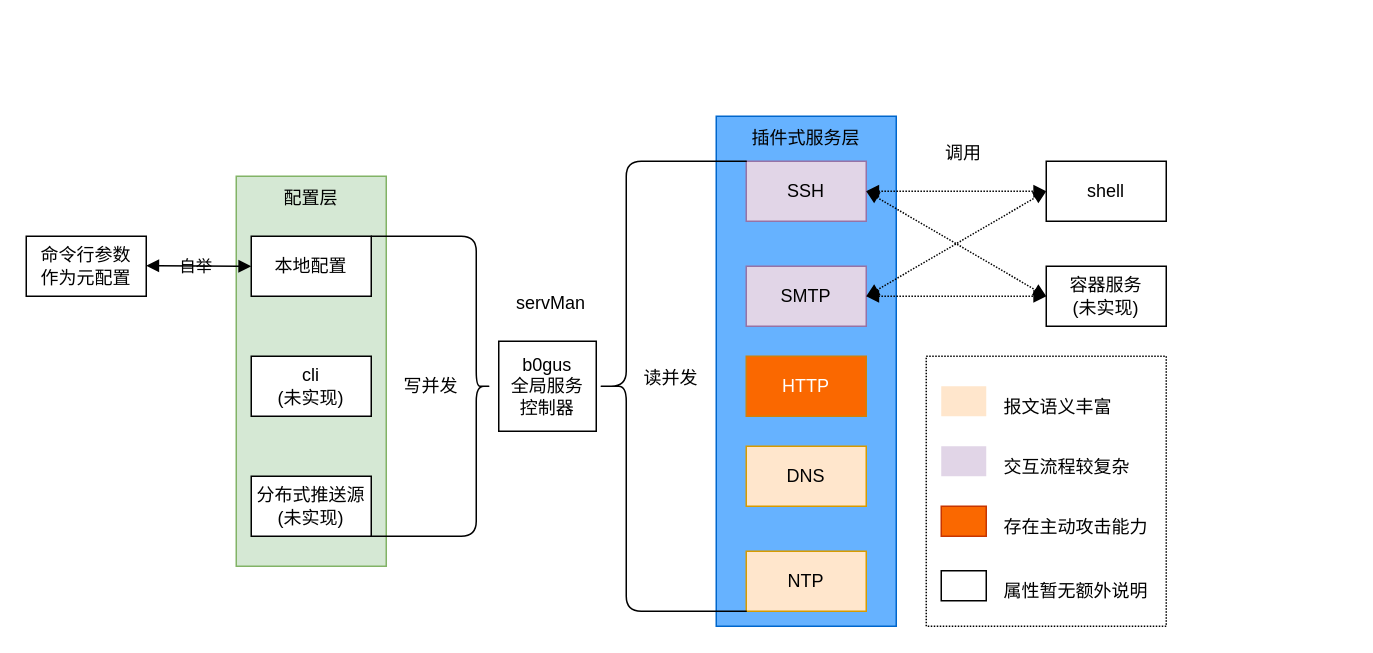
Above: assets/design/zh_cn/cn.drawio in TrisenYu/b0gus (draw.io), before the change. Source tidied: cells renumbered, new cells numbered last; positions are measured from the earlier drawing's top-left corner, leaving out a move shared by most shapes. Both pictures are drawn from the tidied source at 150%, with x=0, y=0 at pixel (26, 116).
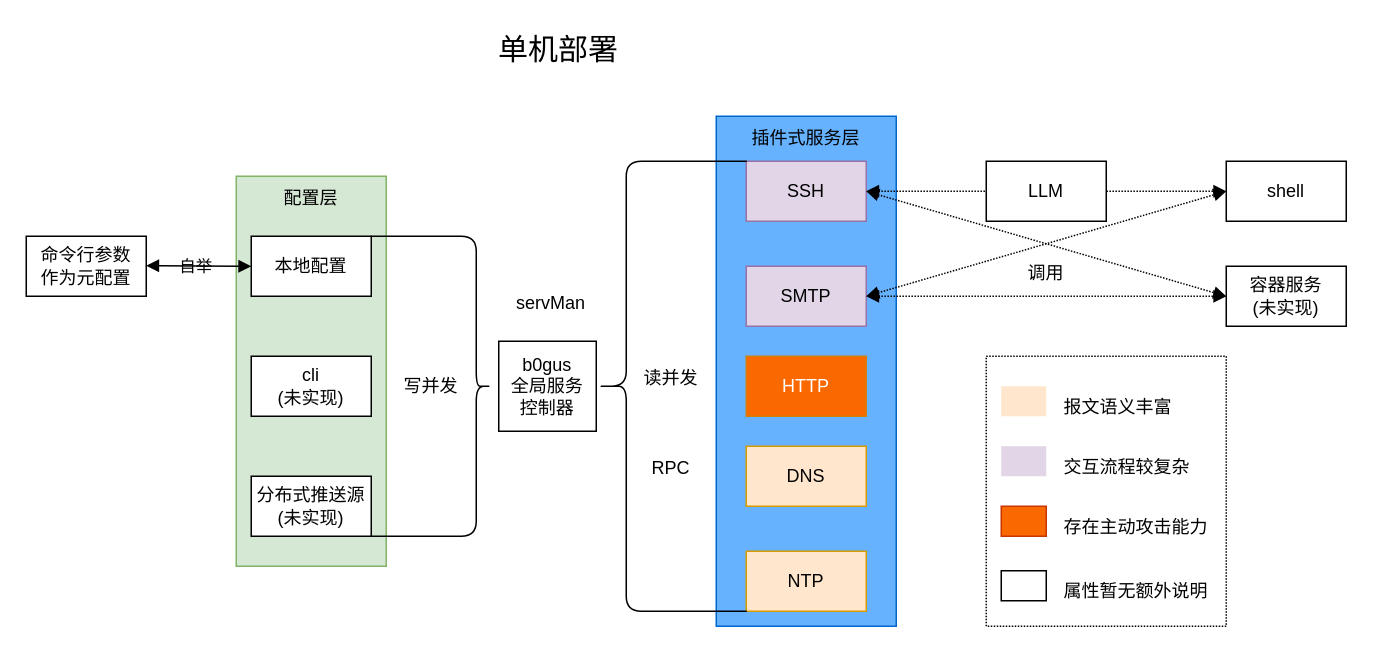
Above is the later version.

Change to the diagram source:
```diff
@@
     <mxCell id="13" value="&lt;font face=&quot;Fira Code&quot;&gt;shell&lt;/font&gt;" style="rounded=0;whiteSpace=wrap;html=1;" parent="1" vertex="1">
-      <mxGeometry x="680" y="30" width="80" height="40" as="geometry" />
+      <mxGeometry x="800" y="30" width="80" height="40" as="geometry" />
     </mxCell>
     <mxCell id="14" value="&lt;font face=&quot;Fira Code&quot;&gt;容器服务&lt;/font&gt;&lt;div&gt;&lt;font face=&quot;Fira Code&quot;&gt;(未实现)&lt;/font&gt;&lt;/div&gt;" style="rounded=0;whiteSpace=wrap;html=1;" parent="1" vertex="1">
-      <mxGeometry x="680" y="100" width="80" height="40" as="geometry" />
+      <mxGeometry x="800" y="100" width="80" height="40" as="geometry" />
     </mxCell>
@@
     <mxCell id="23" style="rounded=0;whiteSpace=wrap;html=1;fillColor=none;dashed=1;dashPattern=1 1;" parent="1" vertex="1">
-      <mxGeometry x="600" y="160" width="160" height="180" as="geometry" />
+      <mxGeometry x="640" y="160" width="160" height="180" as="geometry" />
     </mxCell>
     <mxCell id="24" style="text;html=1;align=center;verticalAlign=middle;whiteSpace=wrap;rounded=0;fillColor=#ffe6cc;strokeColor=none;" parent="1" vertex="1">
-      <mxGeometry x="610" y="180" width="30" height="20" as="geometry" />
+      <mxGeometry x="650" y="180" width="30" height="20" as="geometry" />
     </mxCell>
     <mxCell id="25" style="text;html=1;align=center;verticalAlign=middle;whiteSpace=wrap;rounded=0;fillColor=#e1d5e7;strokeColor=none;" parent="1" vertex="1">
-      <mxGeometry x="610" y="220" width="30" height="20" as="geometry" />
+      <mxGeometry x="650" y="220" width="30" height="20" as="geometry" />
     </mxCell>
     <mxCell id="26" value="&lt;div style=&quot;text-align: center;&quot;&gt;&lt;span style=&quot;background-color: transparent;&quot;&gt;交互流程较复杂&lt;/span&gt;&lt;/div&gt;" style="text;whiteSpace=wrap;html=1;" parent="1" vertex="1">
-      <mxGeometry x="650" y="220" width="90" height="20" as="geometry" />
+      <mxGeometry x="690" y="220" width="90" height="20" as="geometry" />
     </mxCell>
     <mxCell id="27" style="text;html=1;align=center;verticalAlign=middle;whiteSpace=wrap;rounded=0;strokeColor=default;fillColor=#FFFFFF;" parent="1" vertex="1">
-      <mxGeometry x="610" y="303" width="30" height="20" as="geometry" />
+      <mxGeometry x="650" y="303" width="30" height="20" as="geometry" />
     </mxCell>
     <mxCell id="28" value="&lt;div style=&quot;text-align: center;&quot;&gt;属性暂无额外说明&lt;/div&gt;" style="text;whiteSpace=wrap;html=1;" parent="1" vertex="1">
-      <mxGeometry x="650" y="303" width="110" height="20" as="geometry" />
+      <mxGeometry x="690" y="303" width="110" height="20" as="geometry" />
     </mxCell>
     <mxCell id="29" value="&lt;div style=&quot;text-align: center;&quot;&gt;报文语义丰富&lt;/div&gt;" style="text;whiteSpace=wrap;html=1;" parent="1" vertex="1">
-      <mxGeometry x="650" y="180" width="90" height="20" as="geometry" />
+      <mxGeometry x="690" y="180" width="90" height="20" as="geometry" />
     </mxCell>
@@
     <mxCell id="32" style="text;html=1;align=center;verticalAlign=middle;whiteSpace=wrap;rounded=0;fillColor=#fa6800;strokeColor=#C73500;fontColor=#000000;" parent="1" vertex="1">
-      <mxGeometry x="610" y="260" width="30" height="20" as="geometry" />
+      <mxGeometry x="650" y="260" width="30" height="20" as="geometry" />
     </mxCell>
     <mxCell id="33" value="存在主动攻击能力&lt;div style=&quot;text-align: center;&quot;&gt;&lt;/div&gt;" style="text;whiteSpace=wrap;html=1;" parent="1" vertex="1">
-      <mxGeometry x="650" y="260" width="110" height="20" as="geometry" />
+      <mxGeometry x="690" y="260" width="110" height="20" as="geometry" />
     </mxCell>
     <mxCell id="34" value="调用" style="text;html=1;align=center;verticalAlign=middle;whiteSpace=wrap;rounded=0;" parent="1" vertex="1">
-      <mxGeometry x="595" y="10" width="60" height="30" as="geometry" />
+      <mxGeometry x="650" y="90" width="60" height="30" as="geometry" />
     </mxCell>
@@
+    <mxCell id="39" value="&lt;font face=&quot;Fira Code&quot;&gt;LLM&lt;/font&gt;" style="rounded=0;whiteSpace=wrap;html=1;" parent="1" vertex="1">
+      <mxGeometry x="640" y="30" width="80" height="40" as="geometry" />
+    </mxCell>
+    <mxCell id="40" value="RPC" style="text;html=1;align=center;verticalAlign=middle;whiteSpace=wrap;rounded=0;fontFamily=Fira Code;" parent="1" vertex="1">
+      <mxGeometry x="400" y="220" width="60" height="30" as="geometry" />
+    </mxCell>
+    <mxCell id="41" value="&lt;font style=&quot;font-size: 20px;&quot;&gt;单机部署&lt;/font&gt;" style="text;html=1;align=center;verticalAlign=middle;whiteSpace=wrap;rounded=0;fontFamily=Fira Code;" parent="1" vertex="1">
+      <mxGeometry x="300" y="-60" width="110" height="30" as="geometry" />
+    </mxCell>
```
